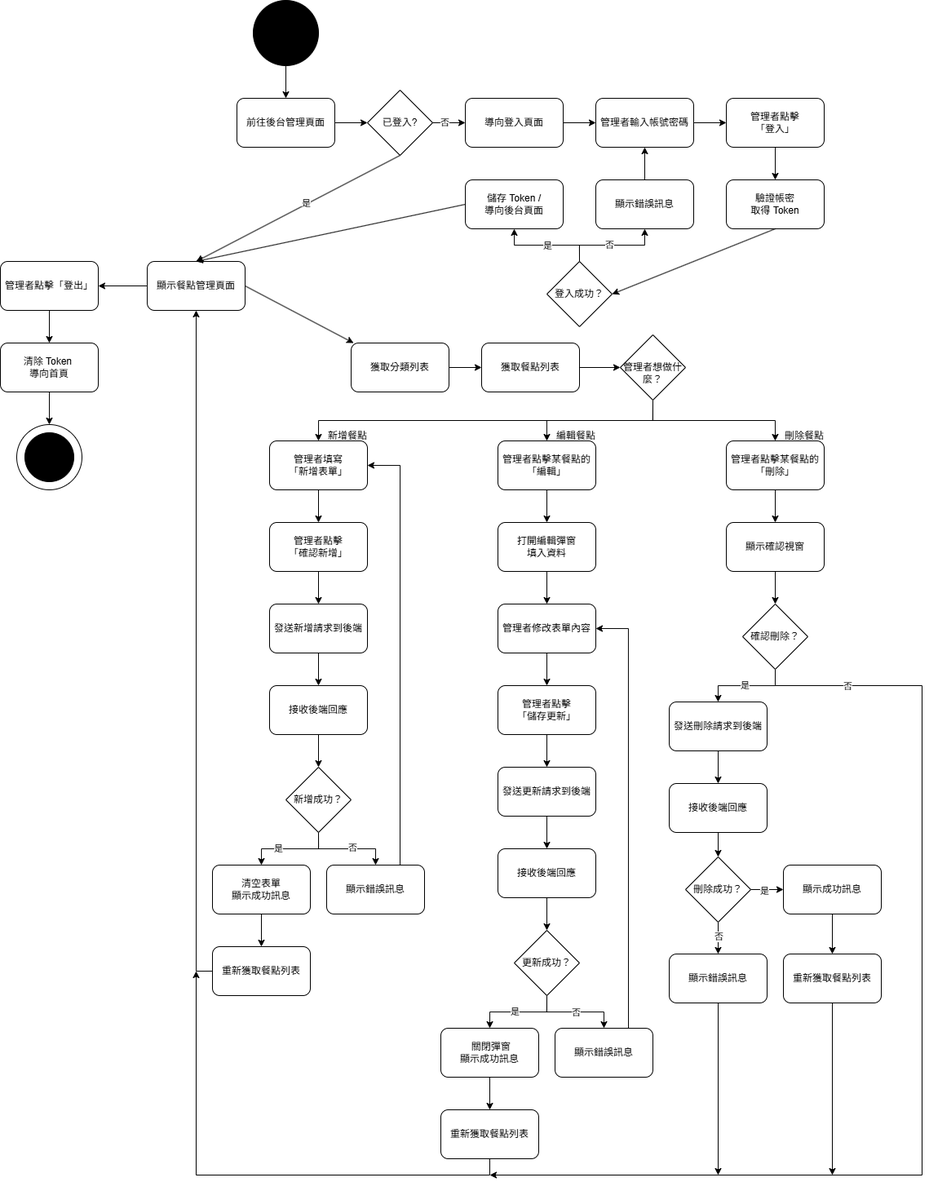
Earlier version of the draw.io export documents/Activity Diagram.drawio.png (yuchen69/ordering-system). Source tidied: cells renumbered, new cells last; positions are measured from the earlier drawing's top-left corner, leaving out a move shared by most shapes.
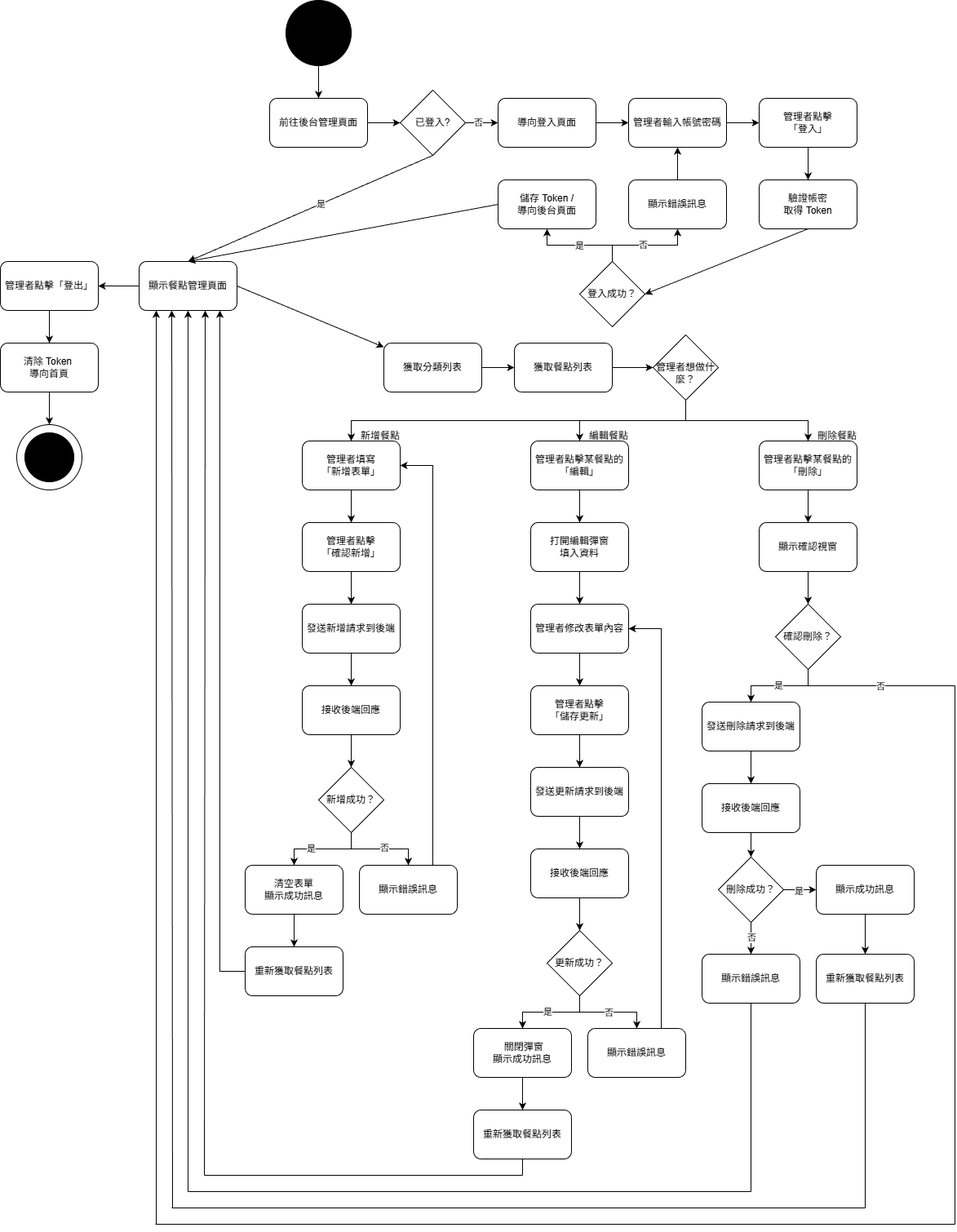
After the commit.

The edit, as a diff of the source:
```diff
@@ -9,7 +9,7 @@
       <mxGeometry relative="1" as="geometry" />
     </mxCell>
     <mxCell id="4" value="顯示餐點管理頁面" style="rounded=1;whiteSpace=wrap;html=1;" parent="1" vertex="1">
-      <mxGeometry x="180" y="320" width="120" height="60" as="geometry" />
+      <mxGeometry x="130" y="320" width="120" height="60" as="geometry" />
     </mxCell>
     <mxCell id="5" value="已登入?" style="rhombus;whiteSpace=wrap;html=1;" parent="1" vertex="1">
       <mxGeometry x="450" y="110" width="80" height="80" as="geometry" />
@@ -260,8 +260,10 @@
     <mxCell id="85" value="&lt;div&gt;發送刪除請求到後端&lt;/div&gt;" style="rounded=1;whiteSpace=wrap;html=1;" parent="1" vertex="1">
       <mxGeometry x="820" y="860" width="120" height="60" as="geometry" />
     </mxCell>
-    <mxCell id="86" style="edgeStyle=orthogonalEdgeStyle;rounded=0;jettySize=auto;html=1;exitX=0;exitY=0.5;exitDx=0;exitDy=0;entryX=0.5;entryY=1;entryDx=0;entryDy=0;" parent="1" edge="1" source="87" target="4">
-      <mxGeometry relative="1" as="geometry" />
+    <mxCell id="86" style="edgeStyle=orthogonalEdgeStyle;rounded=0;jettySize=auto;html=1;exitX=0;exitY=0.5;exitDx=0;exitDy=0;" parent="1" edge="1" source="87">
+      <mxGeometry relative="1" as="geometry">
+        <mxPoint x="229" y="380" as="targetPoint" />
+      </mxGeometry>
     </mxCell>
     <mxCell id="87" value="重新獲取餐點列表" style="rounded=1;whiteSpace=wrap;html=1;" parent="1" vertex="1">
       <mxGeometry x="260" y="1160" width="120" height="60" as="geometry" />
@@ -306,19 +308,13 @@
     </mxCell>
     <mxCell id="100" style="endArrow=none;html=1;rounded=0;" parent="1" edge="1">
       <mxGeometry relative="1" as="geometry">
-        <mxPoint x="1130" y="1440" as="sourcePoint" />
+        <mxPoint x="1130" y="1500" as="sourcePoint" />
         <mxPoint x="1130" y="840" as="targetPoint" />
       </mxGeometry>
     </mxCell>
-    <mxCell id="101" style="endArrow=classic;html=1;rounded=0;" parent="1" edge="1">
-      <mxGeometry relative="1" as="geometry">
-        <mxPoint x="1130" y="1440" as="sourcePoint" />
-        <mxPoint x="600" y="1440" as="targetPoint" />
-      </mxGeometry>
-    </mxCell>
     <mxCell id="102" style="endArrow=none;html=1;rounded=0;" parent="1" edge="1">
       <mxGeometry relative="1" as="geometry">
-        <mxPoint x="240" y="1440" as="sourcePoint" />
+        <mxPoint x="210" y="1440" as="sourcePoint" />
         <mxPoint x="600" y="1440" as="targetPoint" />
       </mxGeometry>
     </mxCell>
@@ -327,12 +323,6 @@
         <mxPoint x="600" y="1440" as="sourcePoint" />
       </mxGeometry>
     </mxCell>
-    <mxCell id="104" style="endArrow=classic;html=1;rounded=0;" parent="1" edge="1">
-      <mxGeometry relative="1" as="geometry">
-        <mxPoint x="240" y="1440" as="sourcePoint" />
-        <mxPoint x="240" y="1190" as="targetPoint" />
-      </mxGeometry>
-    </mxCell>
     <mxCell id="105" style="endArrow=none;html=1;rounded=0;" parent="1" edge="1">
       <mxGeometry relative="1" as="geometry">
         <mxPoint x="1130" y="840" as="sourcePoint" />
@@ -342,11 +332,6 @@
     <mxCell id="106" value="否" style="edgeLabel;html=1;align=center;verticalAlign=middle;" parent="105" vertex="1">
       <mxGeometry x="0.02" relative="1" as="geometry" />
     </mxCell>
-    <mxCell id="107" style="edgeStyle=orthogonalEdgeStyle;rounded=0;jettySize=auto;html=1;exitX=0.5;exitY=1;exitDx=0;exitDy=0;" parent="1" edge="1" source="108">
-      <mxGeometry relative="1" as="geometry">
-        <mxPoint x="880" y="1440" as="targetPoint" />
-      </mxGeometry>
-    </mxCell>
     <mxCell id="108" value="顯示錯誤訊息" style="rounded=1;whiteSpace=wrap;html=1;" parent="1" vertex="1">
       <mxGeometry x="820" y="1169" width="120" height="60" as="geometry" />
     </mxCell>
@@ -358,11 +343,6 @@
     <mxCell id="110" value="顯示成功訊息" style="rounded=1;whiteSpace=wrap;html=1;" parent="1" vertex="1">
       <mxGeometry x="960" y="1060" width="120" height="60" as="geometry" />
     </mxCell>
-    <mxCell id="111" style="edgeStyle=orthogonalEdgeStyle;rounded=0;jettySize=auto;html=1;exitX=0.5;exitY=1;exitDx=0;exitDy=0;" parent="1" edge="1" source="112">
-      <mxGeometry relative="1" as="geometry">
-        <mxPoint x="1020" y="1440" as="targetPoint" />
-      </mxGeometry>
-    </mxCell>
     <mxCell id="112" value="重新獲取餐點列表" style="rounded=1;whiteSpace=wrap;html=1;" parent="1" vertex="1">
       <mxGeometry x="960" y="1169" width="120" height="60" as="geometry" />
     </mxCell>
@@ -370,19 +350,70 @@
       <mxGeometry relative="1" as="geometry" />
     </mxCell>
     <mxCell id="114" value="管理者點擊「登出」" style="rounded=1;whiteSpace=wrap;html=1;" parent="1" vertex="1">
-      <mxGeometry y="320" width="120" height="60" as="geometry" />
+      <mxGeometry x="-40" y="320" width="120" height="60" as="geometry" />
     </mxCell>
     <mxCell id="115" style="edgeStyle=orthogonalEdgeStyle;rounded=0;jettySize=auto;html=1;exitX=0.5;exitY=1;exitDx=0;exitDy=0;entryX=0.5;entryY=0;entryDx=0;entryDy=0;" parent="1" edge="1" source="116" target="117">
       <mxGeometry relative="1" as="geometry" />
     </mxCell>
     <mxCell id="116" value="清除 Token&amp;nbsp;&lt;div&gt;&lt;span style=&quot;background-color: transparent; color: light-dark(rgb(0, 0, 0), rgb(255, 255, 255));&quot;&gt;導向首頁&lt;/span&gt;&lt;/div&gt;" style="rounded=1;whiteSpace=wrap;html=1;" parent="1" vertex="1">
-      <mxGeometry y="420" width="120" height="60" as="geometry" />
+      <mxGeometry x="-40" y="420" width="120" height="60" as="geometry" />
     </mxCell>
     <mxCell id="117" style="ellipse;whiteSpace=wrap;html=1;" parent="1" vertex="1">
-      <mxGeometry x="20" y="520" width="80" height="80" as="geometry" />
+      <mxGeometry x="-20" y="520" width="80" height="80" as="geometry" />
     </mxCell>
     <mxCell id="118" style="ellipse;whiteSpace=wrap;html=1;labelBackgroundColor=none;fillColor=#000000;" parent="1" vertex="1">
-      <mxGeometry x="30" y="530" width="60" height="60" as="geometry" />
+      <mxGeometry x="-10" y="530" width="60" height="60" as="geometry" />
     </mxCell>
+    <mxCell id="119" style="endArrow=none;html=1;rounded=0;entryX=0.5;entryY=1;entryDx=0;entryDy=0;" parent="1" edge="1" target="108">
+      <mxGeometry relative="1" as="geometry">
+        <mxPoint x="880" y="1460" as="sourcePoint" />
+      </mxGeometry>
+    </mxCell>
+    <mxCell id="120" style="endArrow=none;html=1;rounded=0;" parent="1" edge="1">
+      <mxGeometry relative="1" as="geometry">
+        <mxPoint x="190" y="1460" as="sourcePoint" />
+        <mxPoint x="880" y="1460" as="targetPoint" />
+      </mxGeometry>
+    </mxCell>
+    <mxCell id="121" style="endArrow=none;html=1;rounded=0;entryX=0.5;entryY=1;entryDx=0;entryDy=0;" parent="1" edge="1" target="112">
+      <mxGeometry relative="1" as="geometry">
+        <mxPoint x="1020" y="1480" as="sourcePoint" />
+      </mxGeometry>
+    </mxCell>
+    <mxCell id="122" style="endArrow=none;html=1;rounded=0;" parent="1" edge="1">
+      <mxGeometry relative="1" as="geometry">
+        <mxPoint x="170" y="1480" as="sourcePoint" />
+        <mxPoint x="1020" y="1480" as="targetPoint" />
+      </mxGeometry>
+    </mxCell>
+    <mxCell id="123" style="endArrow=none;html=1;rounded=0;" parent="1" edge="1">
+      <mxGeometry relative="1" as="geometry">
+        <mxPoint x="150" y="1500" as="sourcePoint" />
+        <mxPoint x="1130" y="1500" as="targetPoint" />
+      </mxGeometry>
+    </mxCell>
+    <mxCell id="124" style="endArrow=classic;html=1;rounded=0;" parent="1" edge="1">
+      <mxGeometry relative="1" as="geometry">
+        <mxPoint x="210" y="1440" as="sourcePoint" />
+        <mxPoint x="211" y="380" as="targetPoint" />
+      </mxGeometry>
+    </mxCell>
+    <mxCell id="125" style="endArrow=classic;html=1;rounded=0;entryX=0.5;entryY=1;entryDx=0;entryDy=0;" parent="1" edge="1" target="4">
+      <mxGeometry relative="1" as="geometry">
+        <mxPoint x="190" y="1460" as="sourcePoint" />
+      </mxGeometry>
+    </mxCell>
+    <mxCell id="126" style="endArrow=classic;html=1;rounded=0;" parent="1" edge="1">
+      <mxGeometry relative="1" as="geometry">
+        <mxPoint x="171" y="1480" as="sourcePoint" />
+        <mxPoint x="170" y="380" as="targetPoint" />
+      </mxGeometry>
+    </mxCell>
+    <mxCell id="127" style="endArrow=classic;html=1;rounded=0;" parent="1" edge="1">
+      <mxGeometry relative="1" as="geometry">
+        <mxPoint x="151" y="1500" as="sourcePoint" />
+        <mxPoint x="151" y="380" as="targetPoint" />
+      </mxGeometry>
+    </mxCell>
   </root>
 </mxGraphModel>
```
